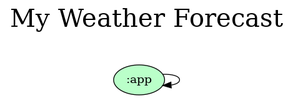
Earlier version of the Graphviz export gradle/dependency-graph/project.dot.png (orogersilva/myweatherforecast). Its source is kept beside it as gradle/dependency-graph/project.dot.
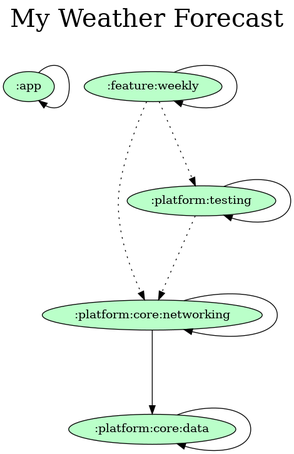
Later version of the same file.

Commit message:
docs: Updating dependency graph

Change to the diagram source:
```diff
@@ -6,10 +6,22 @@
   # Projects
 
   ":app" [fillcolor="#baffc9"];
+  ":feature:weekly" [fillcolor="#baffc9"];
+  ":platform:core:data" [fillcolor="#baffc9"];
+  ":platform:core:networking" [fillcolor="#baffc9"];
+  ":platform:testing" [fillcolor="#baffc9"];
 
   {rank = same;}
 
   # Dependencies
 
   ":app" -> ":app"
+  ":feature:weekly" -> ":feature:weekly"
+  ":feature:weekly" -> ":platform:core:networking" [style=dotted]
+  ":feature:weekly" -> ":platform:testing" [style=dotted]
+  ":platform:testing" -> ":platform:testing"
+  ":platform:testing" -> ":platform:core:networking" [style=dotted]
+  ":platform:core:data" -> ":platform:core:data"
+  ":platform:core:networking" -> ":platform:core:data"
+  ":platform:core:networking" -> ":platform:core:networking"
 }
```
